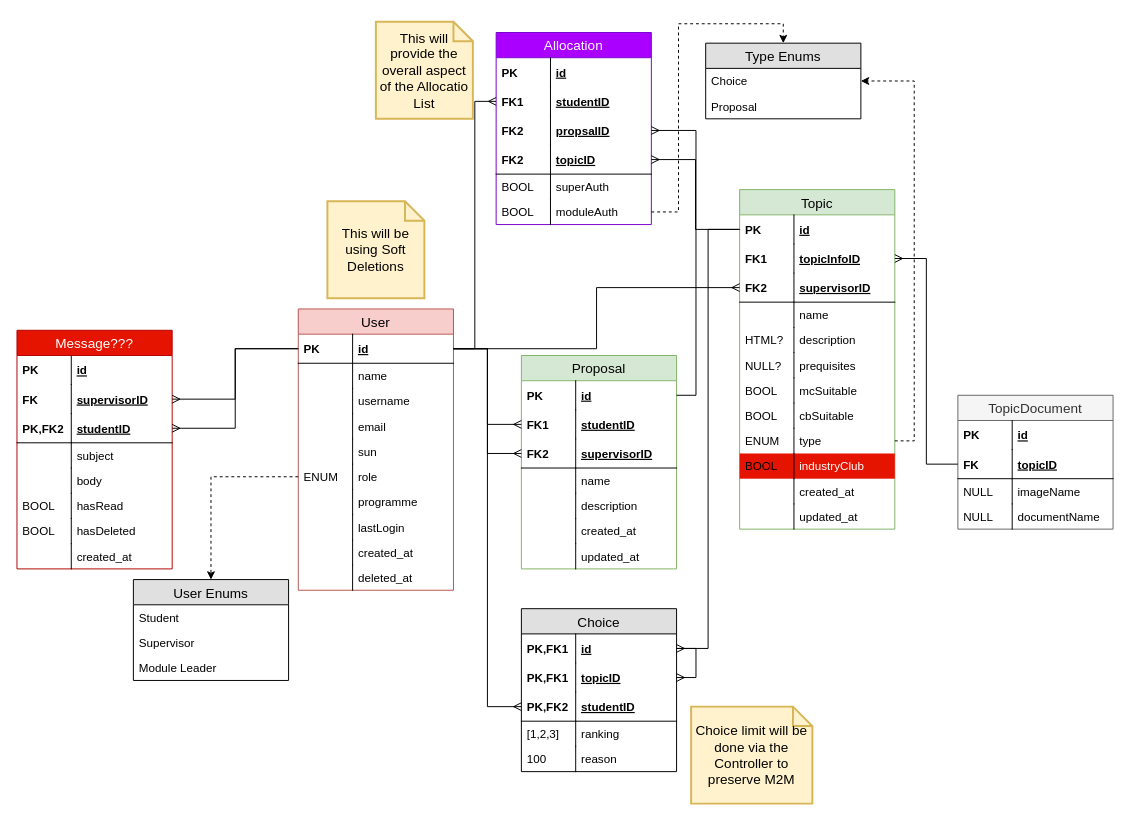
kkgm13/fypallocsys keeps this draw.io diagram as DB Diagram.drawio. Above is the earlier version. Source tidied: cells renumbered, new cells numbered last; positions are measured from the earlier drawing's top-left corner, leaving out a move shared by most shapes. Both pictures are drawn from the tidied source at 97%, with x=0, y=0 at pixel (16, 21).
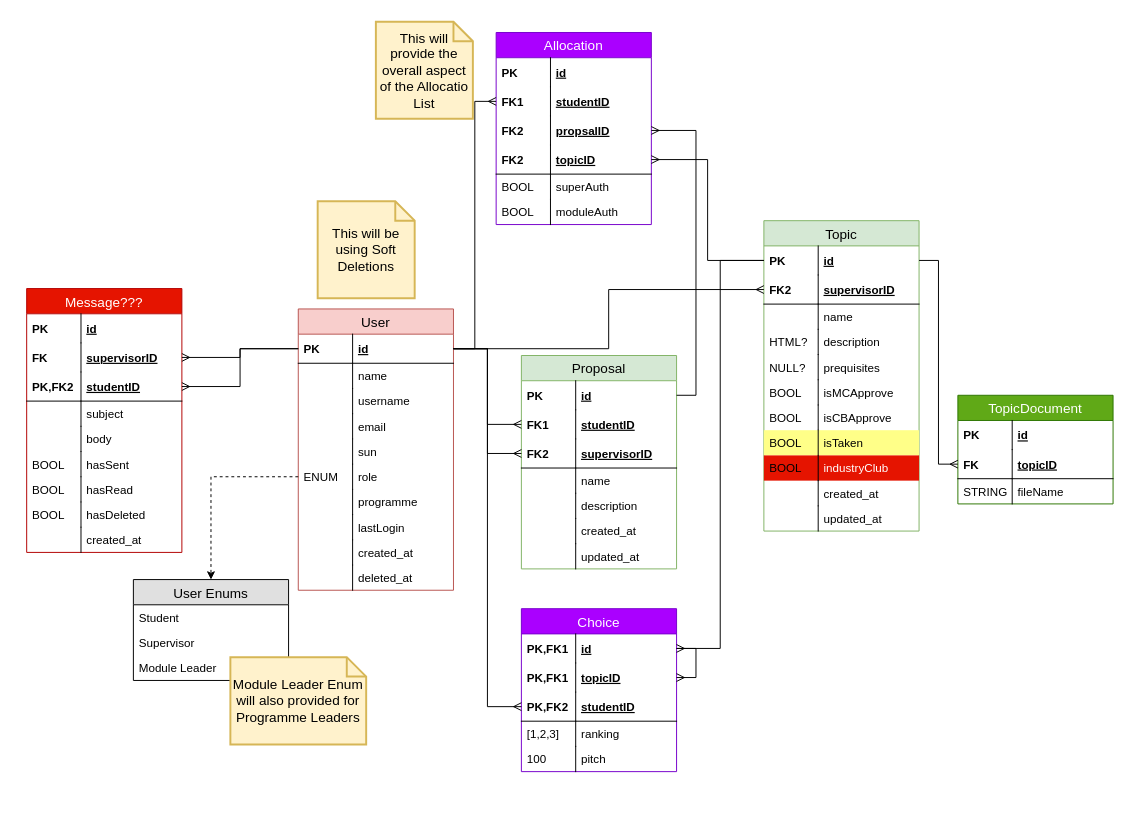
The same diagram, later.

The change refers to these unchanged cells:
```xml
<mxCell id="24" value="id" style="shape=partialRectangle;top=0;left=0;right=0;bottom=0;align=left;verticalAlign=middle;fillColor=none;spacingLeft=60;spacingRight=4;overflow=hidden;points=[[0,0.5],[1,0.5]];portConstraint=eastwest;fontStyle=5;fontSize=12;" parent="23" vertex="1">
  <mxGeometry y="26" width="160" height="30" as="geometry" />
</mxCell>
<mxCell id="60" value="moduleAuth" style="shape=partialRectangle;top=0;left=0;right=0;bottom=0;align=left;verticalAlign=top;fillColor=none;spacingLeft=60;spacingRight=4;overflow=hidden;points=[[0,0.5],[1,0.5]];portConstraint=eastwest;fontSize=12;" parent="49" vertex="1">
  <mxGeometry y="172" width="160" height="26" as="geometry" />
</mxCell>
<mxCell id="112" value="topicID" style="shape=partialRectangle;top=0;left=0;right=0;bottom=1;align=left;verticalAlign=middle;fillColor=none;spacingLeft=60;spacingRight=4;overflow=hidden;points=[[0,0.5],[1,0.5]];portConstraint=eastwest;fontStyle=5;fontSize=12;" parent="109" vertex="1">
  <mxGeometry y="56" width="160" height="30" as="geometry" />
</mxCell>
```

The edit, as a diff of the source:
```diff
@@
     <mxCell id="23" value="Topic" style="swimlane;fontStyle=0;horizontal=1;startSize=26;fillColor=#d5e8d4;swimlaneFillColor=#ffffff;align=center;fontSize=14;strokeColor=#82b366;" parent="1" vertex="1">
-      <mxGeometry x="745" y="173" width="160" height="350" as="geometry" />
+      <mxGeometry x="770" y="205" width="160" height="320" as="geometry" />
     </mxCell>
@@
-    <mxCell id="26" value="topicInfoID" style="shape=partialRectangle;top=0;left=0;right=0;bottom=0;align=left;verticalAlign=middle;fillColor=none;spacingLeft=60;spacingRight=4;overflow=hidden;points=[[0,0.5],[1,0.5]];portConstraint=eastwest;fontStyle=5;fontSize=12;" parent="23" vertex="1">
-      <mxGeometry y="56" width="160" height="30" as="geometry" />
-    </mxCell>
-    <mxCell id="27" value="FK1" style="shape=partialRectangle;fontStyle=1;top=0;left=0;bottom=0;fillColor=none;align=left;verticalAlign=middle;spacingLeft=4;spacingRight=4;overflow=hidden;fontSize=12;" parent="26" vertex="1">
-      <mxGeometry width="56" height="30" as="geometry" />
-    </mxCell>
     <mxCell id="28" value="supervisorID" style="shape=partialRectangle;top=0;left=0;right=0;bottom=1;align=left;verticalAlign=middle;fillColor=none;spacingLeft=60;spacingRight=4;overflow=hidden;points=[[0,0.5],[1,0.5]];portConstraint=eastwest;fontStyle=5;fontSize=12;" parent="23" vertex="1">
-      <mxGeometry y="86" width="160" height="30" as="geometry" />
+      <mxGeometry y="56" width="160" height="30" as="geometry" />
     </mxCell>
@@
     <mxCell id="30" value="name" style="shape=partialRectangle;top=0;left=0;right=0;bottom=0;align=left;verticalAlign=top;fillColor=none;spacingLeft=60;spacingRight=4;overflow=hidden;fontSize=12;" parent="23" vertex="1">
-      <mxGeometry y="116" width="160" height="26" as="geometry" />
+      <mxGeometry y="86" width="160" height="26" as="geometry" />
     </mxCell>
@@
     <mxCell id="32" value="description" style="shape=partialRectangle;top=0;left=0;right=0;bottom=0;align=left;verticalAlign=top;fillColor=none;spacingLeft=60;spacingRight=4;overflow=hidden;fontSize=12;" parent="23" vertex="1">
-      <mxGeometry y="142" width="160" height="26" as="geometry" />
+      <mxGeometry y="112" width="160" height="26" as="geometry" />
     </mxCell>
@@
     <mxCell id="34" value="prequisites" style="shape=partialRectangle;top=0;left=0;right=0;bottom=0;align=left;verticalAlign=top;fillColor=none;spacingLeft=60;spacingRight=4;overflow=hidden;fontSize=12;" parent="23" vertex="1">
-      <mxGeometry y="168" width="160" height="26" as="geometry" />
+      <mxGeometry y="138" width="160" height="26" as="geometry" />
     </mxCell>
@@
-    <mxCell id="36" value="mcSuitable" style="shape=partialRectangle;top=0;left=0;right=0;bottom=0;align=left;verticalAlign=top;fillColor=none;spacingLeft=60;spacingRight=4;overflow=hidden;fontSize=12;" parent="23" vertex="1">
-      <mxGeometry y="194" width="160" height="26" as="geometry" />
+    <mxCell id="36" value="isMCApprove" style="shape=partialRectangle;top=0;left=0;right=0;bottom=0;align=left;verticalAlign=top;fillColor=none;spacingLeft=60;spacingRight=4;overflow=hidden;fontSize=12;" parent="23" vertex="1">
+      <mxGeometry y="164" width="160" height="26" as="geometry" />
     </mxCell>
@@
+    <mxCell id="138" value="isCBApprove" style="shape=partialRectangle;top=0;left=0;right=0;bottom=0;align=left;verticalAlign=top;fillColor=none;spacingLeft=60;spacingRight=4;overflow=hidden;fontSize=12;" parent="23" vertex="1">
+      <mxGeometry y="190" width="160" height="26" as="geometry" />
+    </mxCell>
+    <mxCell id="139" value="BOOL" style="shape=partialRectangle;top=0;left=0;bottom=0;fillColor=none;align=left;verticalAlign=top;spacingLeft=4;spacingRight=4;overflow=hidden;fontSize=12;" parent="138" vertex="1">
+      <mxGeometry width="56" height="26" as="geometry" />
+    </mxCell>
-    <mxCell id="38" value="cbSuitable" style="shape=partialRectangle;top=0;left=0;right=0;bottom=0;align=left;verticalAlign=top;fillColor=none;spacingLeft=60;spacingRight=4;overflow=hidden;fontSize=12;" parent="23" vertex="1">
-      <mxGeometry y="220" width="160" height="26" as="geometry" />
+    <mxCell id="38" value="isTaken" style="shape=partialRectangle;top=0;left=0;right=0;bottom=0;align=left;verticalAlign=top;fillColor=#ffff88;spacingLeft=60;spacingRight=4;overflow=hidden;fontSize=12;strokeColor=#36393d;" parent="23" vertex="1">
+      <mxGeometry y="216" width="160" height="26" as="geometry" />
     </mxCell>
@@
-    <mxCell id="40" value="type" style="shape=partialRectangle;top=0;left=0;right=0;bottom=0;align=left;verticalAlign=top;fillColor=none;spacingLeft=60;spacingRight=4;overflow=hidden;points=[[0,0.5],[1,0.5]];portConstraint=eastwest;fontSize=12;" parent="23" vertex="1">
-      <mxGeometry y="246" width="160" height="26" as="geometry" />
-    </mxCell>
-    <mxCell id="41" value="ENUM" style="shape=partialRectangle;top=0;left=0;bottom=0;fillColor=none;align=left;verticalAlign=top;spacingLeft=4;spacingRight=4;overflow=hidden;fontSize=12;" parent="40" vertex="1">
-      <mxGeometry width="56" height="26" as="geometry" />
-    </mxCell>
     <mxCell id="42" value="industryClub" style="shape=partialRectangle;top=0;left=0;right=0;bottom=0;align=left;verticalAlign=top;fillColor=#e51400;spacingLeft=60;spacingRight=4;overflow=hidden;fontSize=12;strokeColor=#B20000;fontColor=#ffffff;" parent="23" vertex="1">
-      <mxGeometry y="272" width="160" height="26" as="geometry" />
+      <mxGeometry y="242" width="160" height="26" as="geometry" />
     </mxCell>
@@
     <mxCell id="44" value="created_at" style="shape=partialRectangle;top=0;left=0;right=0;bottom=0;align=left;verticalAlign=top;fillColor=none;spacingLeft=60;spacingRight=4;overflow=hidden;fontSize=12;" parent="23" vertex="1">
-      <mxGeometry y="298" width="160" height="26" as="geometry" />
+      <mxGeometry y="268" width="160" height="26" as="geometry" />
     </mxCell>
@@
     <mxCell id="46" value="updated_at" style="shape=partialRectangle;top=0;left=0;right=0;bottom=0;align=left;verticalAlign=top;fillColor=none;spacingLeft=60;spacingRight=4;overflow=hidden;fontSize=12;" parent="23" vertex="1">
-      <mxGeometry y="324" width="160" height="26" as="geometry" />
+      <mxGeometry y="294" width="160" height="26" as="geometry" />
     </mxCell>
@@
     <mxCell id="81" value="Message???" style="swimlane;fontStyle=0;horizontal=1;startSize=26;fillColor=#e51400;swimlaneFillColor=#ffffff;align=center;fontSize=14;strokeColor=#B20000;fontColor=#ffffff;" parent="1" vertex="1">
-      <mxGeometry y="318" width="160" height="246" as="geometry" />
+      <mxGeometry x="10" y="275" width="160" height="272" as="geometry" />
     </mxCell>
@@
+    <mxCell id="140" value="hasSent" style="shape=partialRectangle;top=0;left=0;right=0;bottom=0;align=left;verticalAlign=top;fillColor=none;spacingLeft=60;spacingRight=4;overflow=hidden;fontSize=12;" parent="81" vertex="1">
+      <mxGeometry y="168" width="160" height="26" as="geometry" />
+    </mxCell>
+    <mxCell id="141" value="BOOL" style="shape=partialRectangle;top=0;left=0;bottom=0;fillColor=none;align=left;verticalAlign=top;spacingLeft=4;spacingRight=4;overflow=hidden;fontSize=12;" parent="140" vertex="1">
+      <mxGeometry width="56" height="26" as="geometry" />
+    </mxCell>
     <mxCell id="92" value="hasRead" style="shape=partialRectangle;top=0;left=0;right=0;bottom=0;align=left;verticalAlign=top;fillColor=none;spacingLeft=60;spacingRight=4;overflow=hidden;fontSize=12;" parent="81" vertex="1">
-      <mxGeometry y="168" width="160" height="26" as="geometry" />
+      <mxGeometry y="194" width="160" height="26" as="geometry" />
     </mxCell>
@@
     <mxCell id="94" value="hasDeleted" style="shape=partialRectangle;top=0;left=0;right=0;bottom=0;align=left;verticalAlign=top;fillColor=none;spacingLeft=60;spacingRight=4;overflow=hidden;fontSize=12;" parent="81" vertex="1">
-      <mxGeometry y="194" width="160" height="26" as="geometry" />
+      <mxGeometry y="220" width="160" height="26" as="geometry" />
     </mxCell>
@@
     <mxCell id="96" value="created_at" style="shape=partialRectangle;top=0;left=0;right=0;bottom=0;align=left;verticalAlign=top;fillColor=none;spacingLeft=60;spacingRight=4;overflow=hidden;fontSize=12;" parent="81" vertex="1">
-      <mxGeometry y="220" width="160" height="26" as="geometry" />
+      <mxGeometry y="246" width="160" height="26" as="geometry" />
     </mxCell>
@@
-    <mxCell id="103" value="Type Enums" style="swimlane;fontStyle=0;horizontal=1;startSize=26;fillColor=#e0e0e0;swimlaneFillColor=#ffffff;align=center;fontSize=14;" parent="1" vertex="1">
-      <mxGeometry x="710" y="22" width="160" height="78" as="geometry" />
-    </mxCell>
-    <mxCell id="104" value="Choice" style="text;strokeColor=none;fillColor=none;spacingLeft=4;spacingRight=4;overflow=hidden;fontSize=12;" parent="103" vertex="1">
-      <mxGeometry y="26" width="160" height="26" as="geometry" />
-    </mxCell>
-    <mxCell id="105" value="Proposal" style="text;strokeColor=none;fillColor=none;spacingLeft=4;spacingRight=4;overflow=hidden;fontSize=12;" parent="103" vertex="1">
-      <mxGeometry y="52" width="160" height="26" as="geometry" />
-    </mxCell>
-    <mxCell id="106" style="edgeStyle=orthogonalEdgeStyle;rounded=0;jettySize=auto;html=1;exitX=1;exitY=0.5;exitDx=0;exitDy=0;entryX=0.5;entryY=0;entryDx=0;entryDy=0;dashed=1;" parent="1" edge="1" source="60" target="103">
-      <mxGeometry relative="1" as="geometry" />
-    </mxCell>
-    <mxCell id="107" style="edgeStyle=orthogonalEdgeStyle;rounded=0;jettySize=auto;html=1;exitX=1;exitY=0.5;exitDx=0;exitDy=0;entryX=1;entryY=0.5;entryDx=0;entryDy=0;dashed=1;" parent="1" edge="1" source="40" target="103">
-      <mxGeometry relative="1" as="geometry" />
-    </mxCell>
     <mxCell id="108" value="This will be using Soft Deletions" style="shape=note;strokeWidth=2;fontSize=14;size=20;whiteSpace=wrap;html=1;fillColor=#fff2cc;strokeColor=#d6b656;" parent="1" vertex="1">
-      <mxGeometry x="320" y="185" width="100" height="100" as="geometry" />
+      <mxGeometry x="310" y="185" width="100" height="100" as="geometry" />
     </mxCell>
-    <mxCell id="109" value="TopicDocument" style="swimlane;fontStyle=0;horizontal=1;startSize=26;fillColor=#f5f5f5;swimlaneFillColor=#ffffff;align=center;fontSize=14;strokeColor=#666666;fontColor=#333333;" parent="1" vertex="1">
-      <mxGeometry x="970" y="385" width="160" height="138" as="geometry" />
+    <mxCell id="109" value="TopicDocument" style="swimlane;fontStyle=0;horizontal=1;startSize=26;fillColor=#60a917;swimlaneFillColor=#ffffff;align=center;fontSize=14;strokeColor=#2D7600;fontColor=#ffffff;" parent="1" vertex="1">
+      <mxGeometry x="970" y="385" width="160" height="112" as="geometry" />
     </mxCell>
@@
-    <mxCell id="114" value="imageName" style="shape=partialRectangle;top=0;left=0;right=0;bottom=0;align=left;verticalAlign=top;fillColor=none;spacingLeft=60;spacingRight=4;overflow=hidden;fontSize=12;" parent="109" vertex="1">
+    <mxCell id="114" value="fileName" style="shape=partialRectangle;top=0;left=0;right=0;bottom=0;align=left;verticalAlign=top;fillColor=none;spacingLeft=60;spacingRight=4;overflow=hidden;fontSize=12;" parent="109" vertex="1">
       <mxGeometry y="86" width="160" height="26" as="geometry" />
     </mxCell>
-    <mxCell id="115" value="NULL" style="shape=partialRectangle;top=0;left=0;bottom=0;fillColor=none;align=left;verticalAlign=top;spacingLeft=4;spacingRight=4;overflow=hidden;fontSize=12;" parent="114" vertex="1">
+    <mxCell id="115" value="STRING" style="shape=partialRectangle;top=0;left=0;bottom=0;fillColor=none;align=left;verticalAlign=top;spacingLeft=4;spacingRight=4;overflow=hidden;fontSize=12;" parent="114" vertex="1">
       <mxGeometry width="56" height="26" as="geometry" />
     </mxCell>
-    <mxCell id="116" value="documentName" style="shape=partialRectangle;top=0;left=0;right=0;bottom=0;align=left;verticalAlign=top;fillColor=none;spacingLeft=60;spacingRight=4;overflow=hidden;fontSize=12;" parent="109" vertex="1">
-      <mxGeometry y="112" width="160" height="26" as="geometry" />
-    </mxCell>
-    <mxCell id="117" value="NULL" style="shape=partialRectangle;top=0;left=0;bottom=0;fillColor=none;align=left;verticalAlign=top;spacingLeft=4;spacingRight=4;overflow=hidden;fontSize=12;" parent="116" vertex="1">
-      <mxGeometry width="56" height="26" as="geometry" />
-    </mxCell>
-    <mxCell id="118" style="edgeStyle=orthogonalEdgeStyle;rounded=0;jettySize=auto;html=1;exitX=0;exitY=0.5;exitDx=0;exitDy=0;entryX=1;entryY=0.5;entryDx=0;entryDy=0;endArrow=ERmany;endFill=0;" parent="1" edge="1" source="112" target="26">
-      <mxGeometry relative="1" as="geometry" />
-    </mxCell>
@@
-    <mxCell id="123" value="Choice" style="swimlane;fontStyle=0;horizontal=1;startSize=26;fillColor=#e0e0e0;swimlaneFillColor=#ffffff;align=center;fontSize=14;" parent="1" vertex="1">
+    <mxCell id="123" value="Choice" style="swimlane;fontStyle=0;horizontal=1;startSize=26;fillColor=#aa00ff;swimlaneFillColor=#ffffff;align=center;fontSize=14;strokeColor=#7700CC;fontColor=#ffffff;" parent="1" vertex="1">
       <mxGeometry x="520" y="605" width="160" height="168" as="geometry" />
     </mxCell>
@@
-    <mxCell id="133" value="reason" style="shape=partialRectangle;top=0;left=0;right=0;bottom=0;align=left;verticalAlign=top;fillColor=none;spacingLeft=60;spacingRight=4;overflow=hidden;fontSize=12;" parent="123" vertex="1">
+    <mxCell id="133" value="pitch" style="shape=partialRectangle;top=0;left=0;right=0;bottom=0;align=left;verticalAlign=top;fillColor=none;spacingLeft=60;spacingRight=4;overflow=hidden;fontSize=12;" parent="123" vertex="1">
       <mxGeometry y="142" width="160" height="26" as="geometry" />
     </mxCell>
@@
-    <mxCell id="137" value="Choice limit will be done via the Controller to preserve M2M" style="shape=note;strokeWidth=2;fontSize=14;size=20;whiteSpace=wrap;html=1;fillColor=#fff2cc;strokeColor=#d6b656;" parent="1" vertex="1">
-      <mxGeometry x="695" y="706" width="125" height="100" as="geometry" />
-    </mxCell>
+    <mxCell id="142" value="Module Leader Enum will also provided for Programme Leaders" style="shape=note;strokeWidth=2;fontSize=14;size=20;whiteSpace=wrap;html=1;fillColor=#fff2cc;strokeColor=#d6b656;" parent="1" vertex="1">
+      <mxGeometry x="220" y="655" width="140" height="90" as="geometry" />
+    </mxCell>
+    <mxCell id="143" style="edgeStyle=orthogonalEdgeStyle;rounded=0;jettySize=auto;html=1;exitX=1;exitY=0.5;exitDx=0;exitDy=0;entryX=0;entryY=0.5;entryDx=0;entryDy=0;endArrow=ERmany;endFill=0;" parent="1" edge="1" source="24" target="112">
+      <mxGeometry relative="1" as="geometry" />
+    </mxCell>
```
